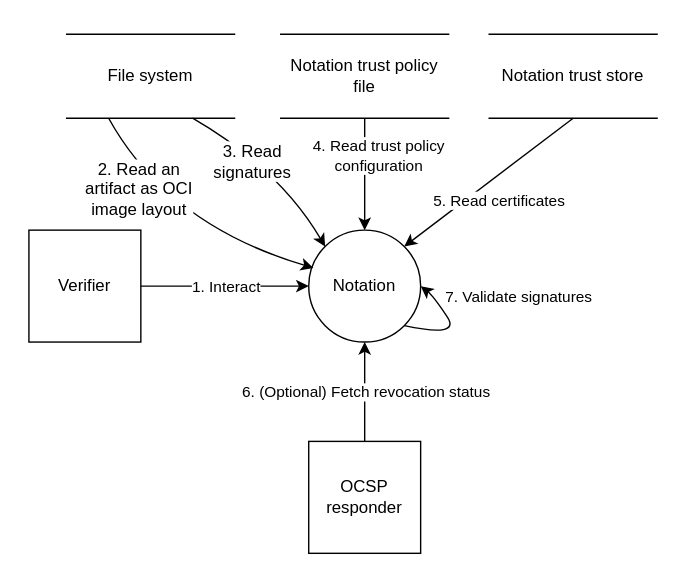
notaryproject/specifications keeps this draw.io diagram as media/notation-verify-local.svg. Above is the earlier version. Source tidied: cells renumbered, new cells last; positions are measured from the earlier drawing's top-left corner, leaving out a move shared by most shapes.
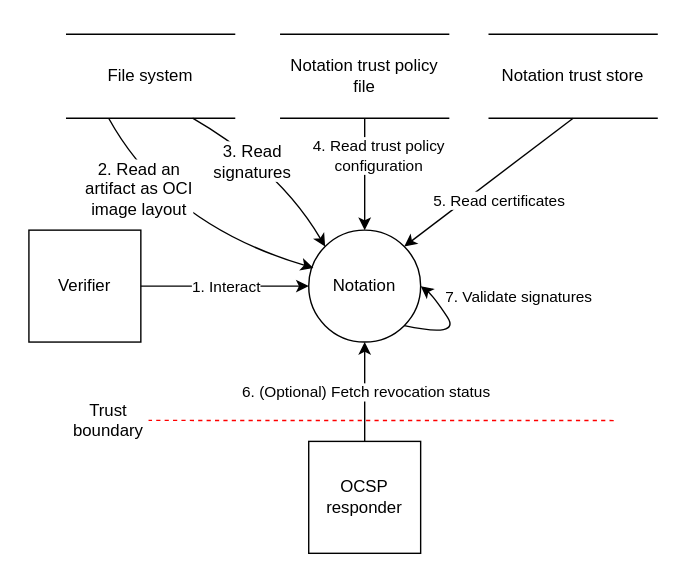
After the change.

Commit message:
doc: update per comments

Change to the diagram source:
```diff
@@ -82,5 +82,13 @@
     <mxCell id="22" value="6. (Optional) Fetch revocation status" style="edgeLabel;html=1;align=center;verticalAlign=middle;" parent="21" vertex="1">
       <mxGeometry relative="1" as="geometry" />
     </mxCell>
+    <mxCell id="23" style="endArrow=none;dashed=1;html=1;rounded=0;entryX=0.898;entryY=0.732;entryDx=0;entryDy=0;entryPerimeter=0;strokeColor=#FF0000;" parent="1" edge="1" target="2">
+      <mxGeometry relative="1" as="geometry">
+        <mxPoint x="99" y="300" as="sourcePoint" />
+      </mxGeometry>
+    </mxCell>
+    <mxCell id="24" value="Trust boundary" style="text;html=1;strokeColor=none;fillColor=none;align=center;verticalAlign=middle;whiteSpace=wrap;rounded=0;labelBackgroundColor=default;" parent="1" vertex="1">
+      <mxGeometry x="47" y="285" width="60" height="30" as="geometry" />
+    </mxCell>
   </root>
 </mxGraphModel>
```
